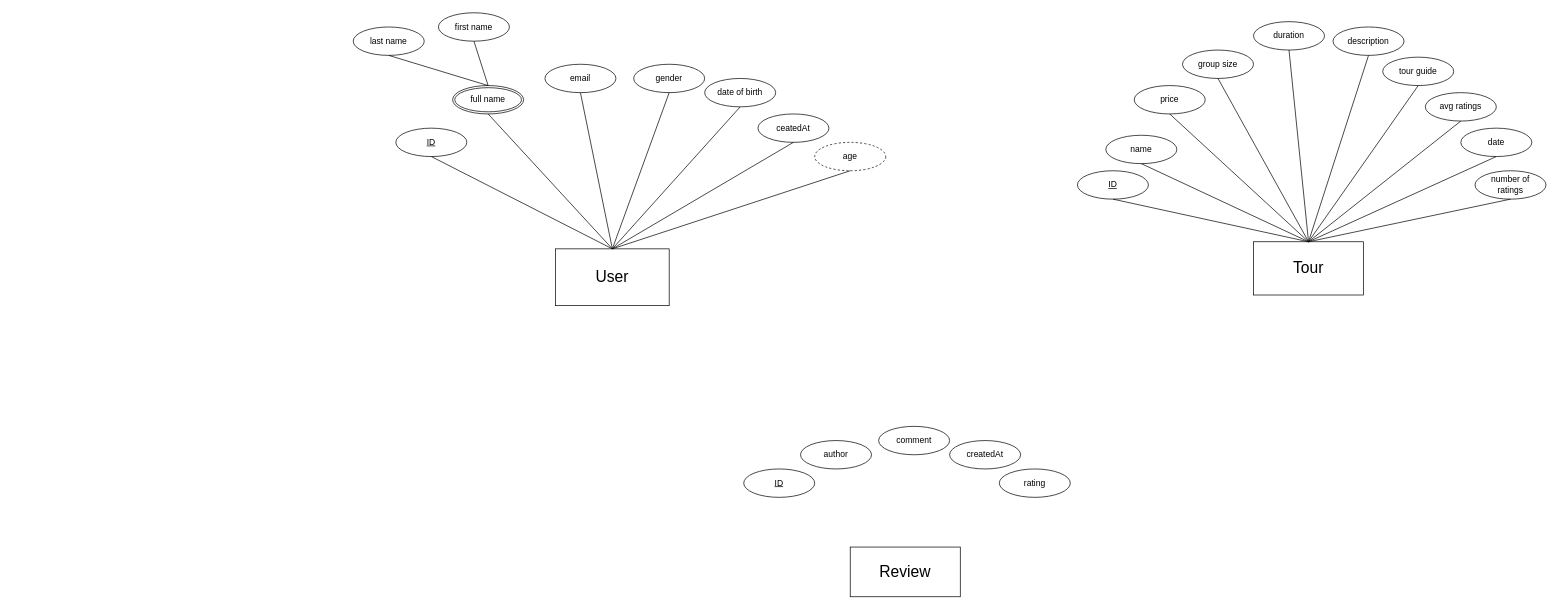
The draw.io diagram docs/ERD.drawio in AbdelrhmanAhmed024/Bibliotheca-Alexandrina-Tour-System, before the edit. Source tidied: cells renumbered, new cells numbered last; positions are measured from the earlier drawing's top-left corner, leaving out a move shared by most shapes. Both pictures are drawn from the tidied source at 71%, with x=0, y=0 at pixel (353, 13).
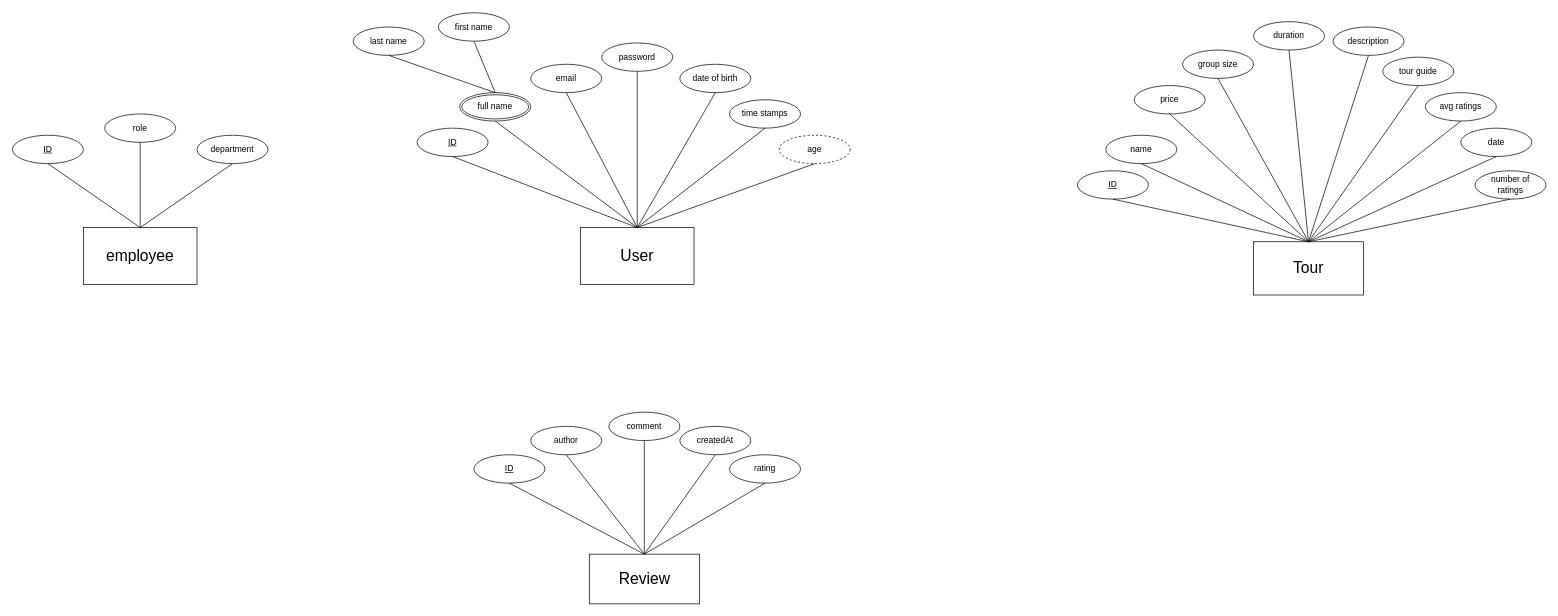
Above is the later version.

Commit message:
more erd modefication

Change to the diagram source:
```diff
@@
     <mxCell id="21" value="&lt;font style=&quot;font-size: 22px;&quot;&gt;User&lt;/font&gt;" style="whiteSpace=wrap;html=1;align=center;" parent="1" vertex="1">
-      <mxGeometry x="285" y="332" width="160" height="80" as="geometry" />
+      <mxGeometry x="320" y="302" width="160" height="80" as="geometry" />
     </mxCell>
@@
     <mxCell id="24" value="date of birth" style="ellipse;whiteSpace=wrap;html=1;align=center;" parent="1" vertex="1">
-      <mxGeometry x="495" y="92" width="100" height="40" as="geometry" />
+      <mxGeometry x="460" y="72" width="100" height="40" as="geometry" />
     </mxCell>
     <mxCell id="25" value="ID" style="ellipse;whiteSpace=wrap;html=1;align=center;fontStyle=4;" parent="1" vertex="1">
-      <mxGeometry x="60" y="162" width="100" height="40" as="geometry" />
+      <mxGeometry x="90" y="162" width="100" height="40" as="geometry" />
     </mxCell>
     <mxCell id="26" value="full name" style="ellipse;shape=doubleEllipse;margin=3;whiteSpace=wrap;html=1;align=center;" parent="1" vertex="1">
-      <mxGeometry x="140" y="102" width="100" height="40" as="geometry" />
+      <mxGeometry x="150" y="112" width="100" height="40" as="geometry" />
     </mxCell>
-    <mxCell id="27" value="gender" style="ellipse;whiteSpace=wrap;html=1;align=center;" parent="1" vertex="1">
-      <mxGeometry x="395" y="72" width="100" height="40" as="geometry" />
+    <mxCell id="27" value="password" style="ellipse;whiteSpace=wrap;html=1;align=center;" parent="1" vertex="1">
+      <mxGeometry x="350" y="42" width="100" height="40" as="geometry" />
     </mxCell>
     <mxCell id="28" value="email" style="ellipse;whiteSpace=wrap;html=1;align=center;" parent="1" vertex="1">
-      <mxGeometry x="270" y="72" width="100" height="40" as="geometry" />
+      <mxGeometry x="250" y="72" width="100" height="40" as="geometry" />
     </mxCell>
-    <mxCell id="29" style="endArrow=none;html=1;rounded=0;entryX=0.5;entryY=1;entryDx=0;entryDy=0;exitX=0.5;exitY=0;exitDx=0;exitDy=0;" parent="1" edge="1" source="21" target="24">
-      <mxGeometry relative="1" as="geometry" />
-    </mxCell>
-    <mxCell id="30" style="endArrow=none;html=1;rounded=0;exitX=0.5;exitY=1;exitDx=0;exitDy=0;entryX=0.5;entryY=0;entryDx=0;entryDy=0;" parent="1" edge="1" source="27" target="21">
-      <mxGeometry relative="1" as="geometry" />
-    </mxCell>
@@
-    <mxCell id="36" value="ceatedAt" style="ellipse;whiteSpace=wrap;html=1;align=center;" parent="1" vertex="1">
-      <mxGeometry x="570" y="142" width="100" height="40" as="geometry" />
+    <mxCell id="36" value="time stamps" style="ellipse;whiteSpace=wrap;html=1;align=center;" parent="1" vertex="1">
+      <mxGeometry x="530" y="122" width="100" height="40" as="geometry" />
     </mxCell>
-    <mxCell id="37" style="endArrow=none;html=1;rounded=0;entryX=0.5;entryY=1;entryDx=0;entryDy=0;exitX=0.5;exitY=0;exitDx=0;exitDy=0;" parent="1" edge="1" source="21" target="36">
-      <mxGeometry relative="1" as="geometry" />
-    </mxCell>
     <mxCell id="38" value="&lt;font style=&quot;font-size: 22px;&quot;&gt;Review&lt;/font&gt;" style="whiteSpace=wrap;html=1;align=center;" parent="1" vertex="1">
-      <mxGeometry x="700" y="752" width="155" height="70" as="geometry" />
+      <mxGeometry x="332.5" y="762" width="155" height="70" as="geometry" />
     </mxCell>
     <mxCell id="39" value="ID" style="ellipse;whiteSpace=wrap;html=1;align=center;fontStyle=4;" parent="1" vertex="1">
-      <mxGeometry x="550" y="642" width="100" height="40" as="geometry" />
+      <mxGeometry x="170" y="622" width="100" height="40" as="geometry" />
     </mxCell>
     <mxCell id="40" value="author" style="ellipse;whiteSpace=wrap;html=1;align=center;" parent="1" vertex="1">
-      <mxGeometry x="630" y="602" width="100" height="40" as="geometry" />
+      <mxGeometry x="250" y="582" width="100" height="40" as="geometry" />
     </mxCell>
     <mxCell id="41" value="age" style="ellipse;whiteSpace=wrap;html=1;align=center;dashed=1;" parent="1" vertex="1">
-      <mxGeometry x="650" y="182" width="100" height="40" as="geometry" />
+      <mxGeometry x="600" y="172" width="100" height="40" as="geometry" />
     </mxCell>
-    <mxCell id="42" style="endArrow=none;html=1;rounded=0;exitX=0.5;exitY=1;exitDx=0;exitDy=0;entryX=0.5;entryY=0;entryDx=0;entryDy=0;" parent="1" edge="1" source="41" target="21">
-      <mxGeometry relative="1" as="geometry" />
-    </mxCell>
@@
     <mxCell id="45" value="comment" style="ellipse;whiteSpace=wrap;html=1;align=center;" parent="1" vertex="1">
-      <mxGeometry x="740" y="582" width="100" height="40" as="geometry" />
+      <mxGeometry x="360" y="562" width="100" height="40" as="geometry" />
     </mxCell>
     <mxCell id="46" value="createdAt" style="ellipse;whiteSpace=wrap;html=1;align=center;" parent="1" vertex="1">
-      <mxGeometry x="840" y="602" width="100" height="40" as="geometry" />
+      <mxGeometry x="460" y="582" width="100" height="40" as="geometry" />
     </mxCell>
     <mxCell id="47" value="rating" style="ellipse;whiteSpace=wrap;html=1;align=center;" parent="1" vertex="1">
-      <mxGeometry x="910" y="642" width="100" height="40" as="geometry" />
+      <mxGeometry x="530" y="622" width="100" height="40" as="geometry" />
     </mxCell>
+    <mxCell id="30" style="endArrow=none;html=1;rounded=0;exitX=0.5;exitY=1;exitDx=0;exitDy=0;entryX=0.5;entryY=0;entryDx=0;entryDy=0;" parent="1" edge="1" source="27" target="21">
+      <mxGeometry relative="1" as="geometry" />
+    </mxCell>
+    <mxCell id="48" style="endArrow=none;html=1;rounded=0;exitX=0.5;exitY=1;exitDx=0;exitDy=0;entryX=0.5;entryY=0;entryDx=0;entryDy=0;" parent="1" edge="1" source="24" target="21">
+      <mxGeometry relative="1" as="geometry" />
+    </mxCell>
+    <mxCell id="49" style="endArrow=none;html=1;rounded=0;exitX=0.5;exitY=1;exitDx=0;exitDy=0;entryX=0.5;entryY=0;entryDx=0;entryDy=0;" parent="1" edge="1" source="36" target="21">
+      <mxGeometry relative="1" as="geometry" />
+    </mxCell>
+    <mxCell id="42" style="endArrow=none;html=1;rounded=0;exitX=0.5;exitY=1;exitDx=0;exitDy=0;entryX=0.5;entryY=0;entryDx=0;entryDy=0;" parent="1" edge="1" source="41" target="21">
+      <mxGeometry relative="1" as="geometry" />
+    </mxCell>
+    <mxCell id="50" value="&lt;font style=&quot;font-size: 22px;&quot;&gt;employee&lt;/font&gt;" style="whiteSpace=wrap;html=1;align=center;" parent="1" vertex="1">
+      <mxGeometry x="-380" y="302" width="160" height="80" as="geometry" />
+    </mxCell>
+    <mxCell id="51" value="ID" style="ellipse;whiteSpace=wrap;html=1;align=center;fontStyle=4;" parent="1" vertex="1">
+      <mxGeometry x="-480" y="172" width="100" height="40" as="geometry" />
+    </mxCell>
+    <mxCell id="52" value="role" style="ellipse;whiteSpace=wrap;html=1;align=center;" parent="1" vertex="1">
+      <mxGeometry x="-350" y="142" width="100" height="40" as="geometry" />
+    </mxCell>
+    <mxCell id="53" value="department" style="ellipse;whiteSpace=wrap;html=1;align=center;" parent="1" vertex="1">
+      <mxGeometry x="-220" y="172" width="100" height="40" as="geometry" />
+    </mxCell>
+    <mxCell id="54" style="endArrow=none;html=1;entryX=0.5;entryY=1;entryDx=0;entryDy=0;exitX=0.5;exitY=0;exitDx=0;exitDy=0;" parent="1" edge="1" source="50" target="53">
+      <mxGeometry relative="1" as="geometry" />
+    </mxCell>
+    <mxCell id="55" style="endArrow=none;html=1;entryX=0.5;entryY=1;entryDx=0;entryDy=0;exitX=0.5;exitY=0;exitDx=0;exitDy=0;" parent="1" edge="1" source="50" target="52">
+      <mxGeometry relative="1" as="geometry" />
+    </mxCell>
+    <mxCell id="56" style="endArrow=none;html=1;entryX=0.5;entryY=1;entryDx=0;entryDy=0;exitX=0.5;exitY=0;exitDx=0;exitDy=0;" parent="1" edge="1" source="50" target="51">
+      <mxGeometry relative="1" as="geometry" />
+    </mxCell>
+    <mxCell id="57" style="endArrow=none;html=1;entryX=0.5;entryY=1;entryDx=0;entryDy=0;exitX=0.5;exitY=0;exitDx=0;exitDy=0;" parent="1" edge="1" source="38" target="39">
+      <mxGeometry relative="1" as="geometry" />
+    </mxCell>
+    <mxCell id="58" style="endArrow=none;html=1;entryX=0.5;entryY=1;entryDx=0;entryDy=0;exitX=0.5;exitY=0;exitDx=0;exitDy=0;" parent="1" edge="1" source="38" target="40">
+      <mxGeometry relative="1" as="geometry" />
+    </mxCell>
+    <mxCell id="59" style="endArrow=none;html=1;entryX=0.5;entryY=1;entryDx=0;entryDy=0;exitX=0.5;exitY=0;exitDx=0;exitDy=0;" parent="1" edge="1" source="38" target="45">
+      <mxGeometry relative="1" as="geometry" />
+    </mxCell>
+    <mxCell id="60" style="endArrow=none;html=1;entryX=0.5;entryY=1;entryDx=0;entryDy=0;exitX=0.5;exitY=0;exitDx=0;exitDy=0;" parent="1" edge="1" source="38" target="46">
+      <mxGeometry relative="1" as="geometry" />
+    </mxCell>
+    <mxCell id="61" style="endArrow=none;html=1;entryX=0.5;entryY=1;entryDx=0;entryDy=0;exitX=0.5;exitY=0;exitDx=0;exitDy=0;" parent="1" edge="1" source="38" target="47">
+      <mxGeometry relative="1" as="geometry" />
+    </mxCell>
```
